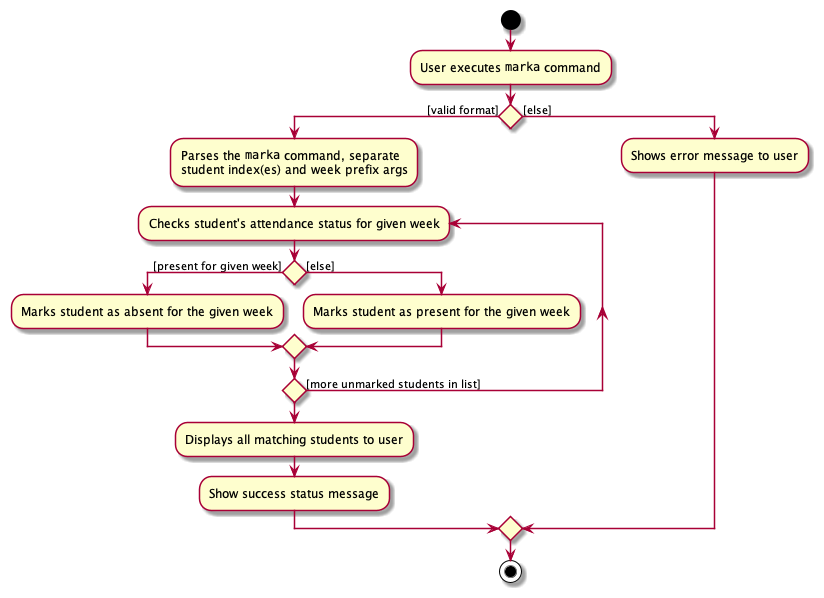
nus-cs2103-AY2122S1/tp keeps this PlantUML diagram as docs/images/MarkStudentAttActivityDiagram.png. Above is the earlier version. Its diagram source:
```plantuml
@startuml

start

:User executes ""marka"" command;

if () then ([valid format])
    :Parses the ""marka"" command, separate
    student index(es) and week prefix args;

    repeat :Checks student's attendance status for given week;
      if () then ([present for given week])
          :Marks student as absent for the given week;

      else ([else])
      :Marks student as present for the given week;

      endif
    repeat while () is ([more unmarked students in list])

    :Displays all matching students to user;
    :Show success status message;

else ([else])

    :Shows error message to user;

endif

stop

@enduml
```
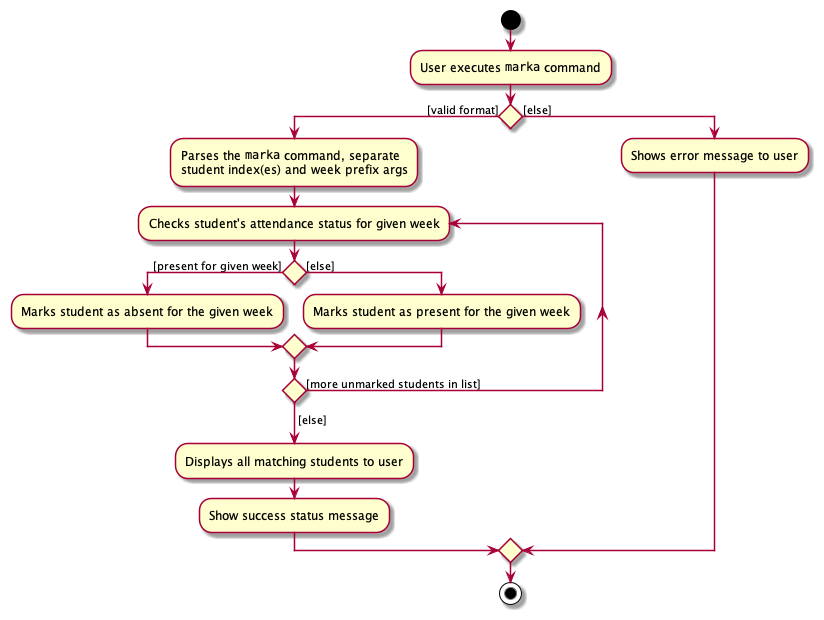
Later version of the same file.

Change to the diagram source:
```diff
@@ -17,6 +17,7 @@
 
       endif
     repeat while () is ([more unmarked students in list])
+    -> [else];
 
     :Displays all matching students to user;
     :Show success status message;
```
